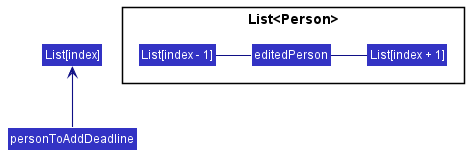
Earlier version of the PlantUML export docs/images/DeadlineState4.png (weijuey/tp).
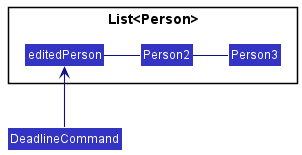
After the commit.

What changed in the source:
```diff
@@ -5,16 +5,14 @@
 skinparam classBackgroundColor LOGIC_COLOR
 
 package List<Person> {
-Class "List[index - 1]" as Person1
-Class "List[index + 1]" as Person3
-Class "editedPerson" as Person4
+Class "editedPerson" as Person1
+Class "Person2" as Person2
+Class "Person3" as Person3
 }
 
-Class "List[index]" as Person2
+Person1 - Person2
+Person2 - Person3
 
-Person1 - Person4
-Person4 - Person3
-
-class Pointer as "personToAddDeadline"
-Pointer -up-> Person2
+class Pointer as "DeadlineCommand"
+Pointer -up-> Person1
 @enduml
```
